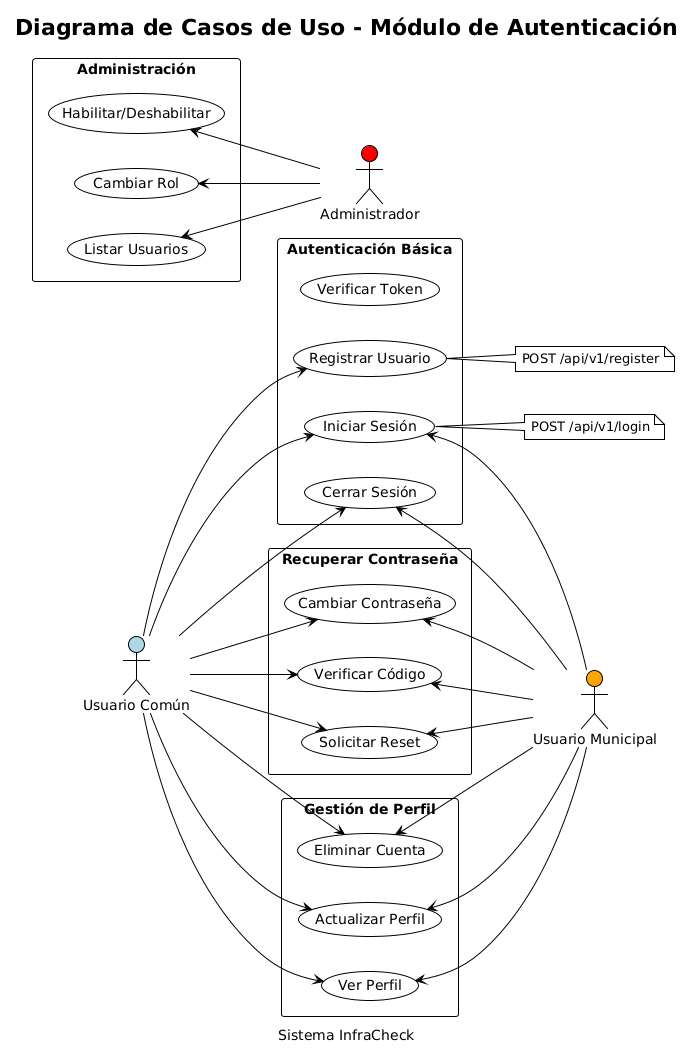
Earlier version of the PlantUML export images/diagramas_plantuml/CASOUSO_AUTENTICACION.png (Linich14/G3-INFO1173-Infracheck). Source of this version:
```plantuml
@startuml
!theme plain
skinparam packageStyle rectangle

title Diagrama de Casos de Uso - Módulo de Autenticación
caption Sistema InfraCheck


left to right direction

actor "Usuario Común" as usuario #LightBlue


package "Autenticación Básica" {
  usecase (Registrar Usuario) as UC1
  usecase (Iniciar Sesión) as UC2
  usecase (Cerrar Sesión) as UC3
  usecase (Verificar Token) as UC4
}

package "Recuperar Contraseña" {
  usecase (Solicitar Reset) as UC5
  usecase (Verificar Código) as UC6
  usecase (Cambiar Contraseña) as UC7
}

package "Gestión de Perfil" {
  usecase (Ver Perfil) as UC8
  usecase (Actualizar Perfil) as UC9
  usecase (Eliminar Cuenta) as UC10
}

package "Administración" {
  usecase (Listar Usuarios) as UC11
  usecase (Cambiar Rol) as UC12
  usecase (Habilitar/Deshabilitar) as UC13
}

actor "Usuario Municipal" as municipal #Orange
actor "Administrador" as admin #Red


usuario --> UC1
usuario --> UC2
usuario --> UC3
usuario --> UC5
usuario --> UC6
usuario --> UC7
usuario --> UC8
usuario --> UC9
usuario --> UC10

UC2 <-- municipal
UC3 <-- municipal
UC5 <-- municipal
UC6 <-- municipal
UC7 <-- municipal
UC8 <-- municipal
UC9 <-- municipal
UC10 <-- municipal

UC11 <-- admin
UC12 <-- admin
UC13 <-- admin


note right of UC1
  POST /api/v1/register
end note

note right of UC2
  POST /api/v1/login
end note
@enduml
```
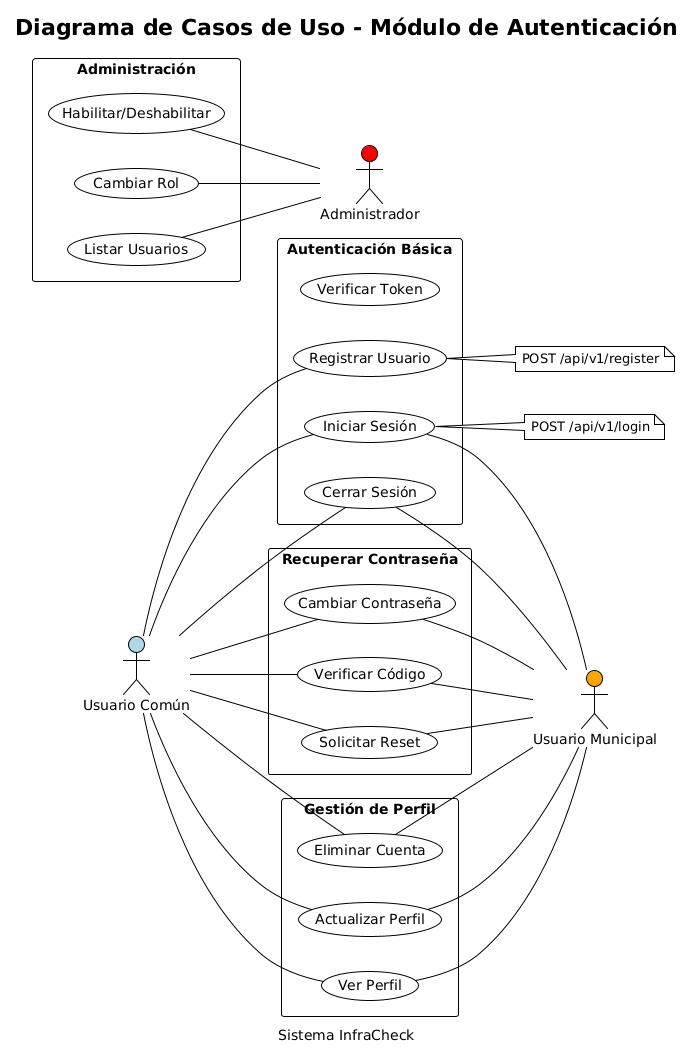
After the commit.

The edit, as a diff of the source:
```diff
@@ -40,28 +40,28 @@
 actor "Administrador" as admin #Red
 
 
-usuario --> UC1
-usuario --> UC2
-usuario --> UC3
-usuario --> UC5
-usuario --> UC6
-usuario --> UC7
-usuario --> UC8
-usuario --> UC9
-usuario --> UC10
+usuario -- UC1
+usuario -- UC2
+usuario -- UC3
+usuario -- UC5
+usuario -- UC6
+usuario -- UC7
+usuario -- UC8
+usuario -- UC9
+usuario -- UC10
 
-UC2 <-- municipal
-UC3 <-- municipal
-UC5 <-- municipal
-UC6 <-- municipal
-UC7 <-- municipal
-UC8 <-- municipal
-UC9 <-- municipal
-UC10 <-- municipal
+UC2 -- municipal
+UC3 -- municipal
+UC5 -- municipal
+UC6 -- municipal
+UC7 -- municipal
+UC8 -- municipal
+UC9 -- municipal
+UC10 -- municipal
 
-UC11 <-- admin
-UC12 <-- admin
-UC13 <-- admin
+UC11 -- admin
+UC12 -- admin
+UC13 -- admin
 
 
 note right of UC1
```
